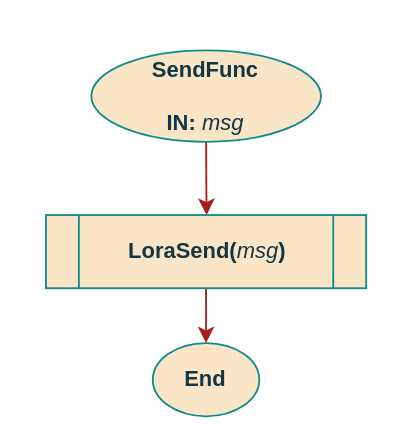
Above: page "sendFunc" (4 of 4) of documentation/flowcharts/02Classes/CLoraComm.drawio in ESRGgroup9/slipad (draw.io), before the change. Source tidied: cells renumbered, new cells numbered last; positions are measured from the earlier drawing's top-left corner, leaving out a move shared by most shapes. Both pictures are drawn from the tidied source at 183%, with x=0, y=0 at pixel (46, 49).
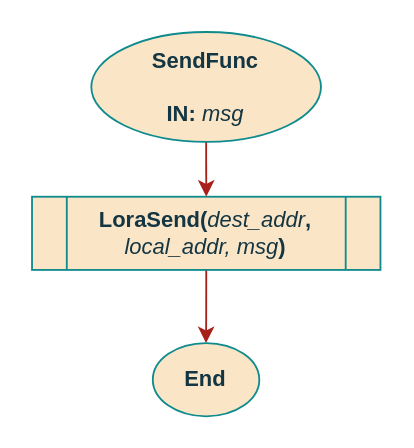
After the change.

The edit, as a diff of the source:
```diff
@@
 <mxGraphModel>
   <root>
     <mxCell id="0" />
     <mxCell id="1" parent="0" />
-    <mxCell id="2" style="edgeStyle=orthogonalEdgeStyle;curved=0;rounded=1;sketch=0;jettySize=auto;html=1;exitX=0.5;exitY=1;exitDx=0;exitDy=0;entryX=0.5;entryY=0;entryDx=0;entryDy=0;fontColor=#143642;strokeColor=#A8201A;fillColor=#FAE5C7;" parent="1" edge="1" source="3">
-      <mxGeometry relative="1" as="geometry">
-        <mxPoint x="87.4" y="90" as="targetPoint" />
-      </mxGeometry>
-    </mxCell>
+    <mxCell id="7" style="edgeStyle=orthogonalEdgeStyle;rounded=1;jettySize=auto;html=1;exitX=0.5;exitY=1;exitDx=0;exitDy=0;entryX=0.5;entryY=0;entryDx=0;entryDy=0;strokeColor=#A8201A;" parent="1" edge="1" source="3" target="5">
+      <mxGeometry relative="1" as="geometry" />
+    </mxCell>
     <mxCell id="3" value="&lt;div&gt;SendFunc&lt;/div&gt;&lt;div&gt;&lt;br&gt;&lt;/div&gt;&lt;div&gt;IN:&lt;i&gt; &lt;span style=&quot;font-weight: normal&quot;&gt;msg&lt;/span&gt;&lt;/i&gt;&lt;span style=&quot;font-weight: normal&quot;&gt;&lt;/span&gt;&lt;br&gt;&lt;/div&gt;" style="ellipse;whiteSpace=wrap;html=1;fillColor=#FAE5C7;strokeColor=#0F8B8D;fontColor=#143642;fontStyle=1;" parent="1" vertex="1">
-      <mxGeometry x="24.4" width="125.5" height="50" as="geometry" />
+      <mxGeometry x="24.4" y="-10" width="125.5" height="60" as="geometry" />
     </mxCell>
     <mxCell id="4" style="edgeStyle=orthogonalEdgeStyle;curved=0;rounded=1;sketch=0;jettySize=auto;html=1;fontColor=#143642;strokeColor=#A8201A;fillColor=#FAE5C7;entryX=0.5;entryY=0;entryDx=0;entryDy=0;exitX=0.5;exitY=1;exitDx=0;exitDy=0;" parent="1" edge="1" source="5" target="6">
       <mxGeometry relative="1" as="geometry" />
     </mxCell>
-    <mxCell id="5" value="&lt;b&gt;LoraSend(&lt;/b&gt;&lt;i&gt;msg&lt;/i&gt;&lt;b&gt;)&lt;/b&gt;" style="shape=process;whiteSpace=wrap;html=1;backgroundOutline=1;rounded=0;sketch=0;fontColor=#143642;strokeColor=#0F8B8D;fillColor=#FAE5C7;" parent="1" vertex="1">
-      <mxGeometry x="-0.4" y="90" width="175" height="40" as="geometry" />
+    <mxCell id="5" value="&lt;b&gt;LoraSend(&lt;/b&gt;&lt;i&gt;dest_addr&lt;/i&gt;&lt;b&gt;, &lt;/b&gt;&lt;i&gt;local_addr, msg&lt;/i&gt;&lt;b&gt;)&lt;/b&gt;" style="shape=process;whiteSpace=wrap;html=1;backgroundOutline=1;rounded=0;sketch=0;fontColor=#143642;strokeColor=#0F8B8D;fillColor=#FAE5C7;" parent="1" vertex="1">
+      <mxGeometry x="-8" y="80" width="190.4" height="40" as="geometry" />
     </mxCell>
     <mxCell id="6" value="End" style="ellipse;whiteSpace=wrap;html=1;fillColor=#FAE5C7;strokeColor=#0F8B8D;fontColor=#143642;fontStyle=1;" parent="1" vertex="1">
       <mxGeometry x="58" y="160" width="58.2" height="40" as="geometry" />
     </mxCell>
   </root>
 </mxGraphModel>
```
